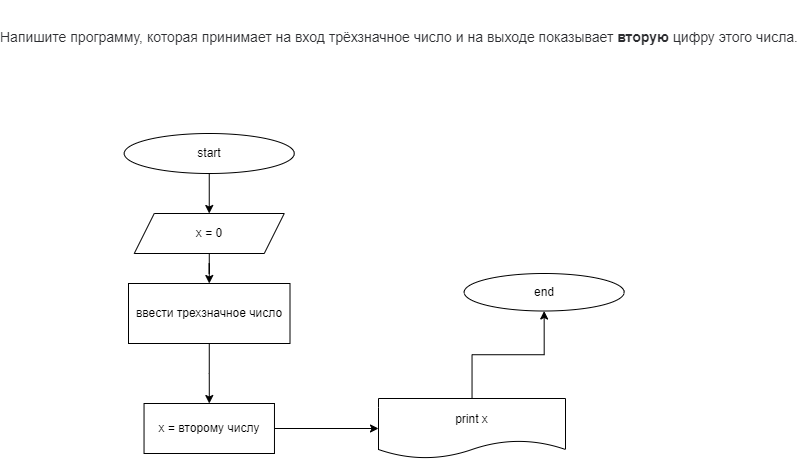
The draw.io diagram sz2_zadacha13/digram.drawio.png in sntitar/DZ_C-, before a commit. Source tidied: cells renumbered, new cells last; positions are measured from the earlier drawing's top-left corner, leaving out a move shared by most shapes.
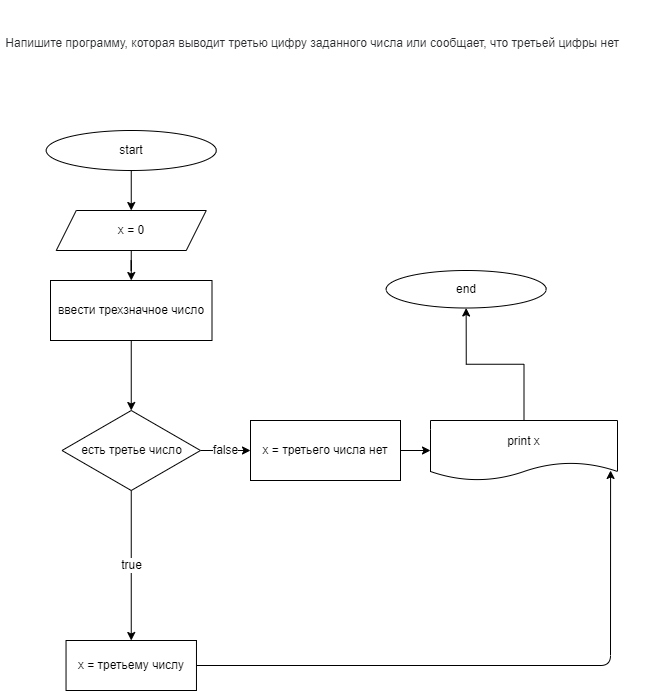
Above is the later version.

What changed in the source:
```diff
@@ -16,31 +16,48 @@
     <mxCell id="5" value="x = 0" style="shape=parallelogram;perimeter=parallelogramPerimeter;whiteSpace=wrap;html=1;fixedSize=1;" parent="1" vertex="1">
       <mxGeometry x="135.8" y="220" width="150" height="40" as="geometry" />
     </mxCell>
-    <mxCell id="6" style="edgeStyle=orthogonalEdgeStyle;rounded=0;jettySize=auto;html=1;" parent="1" edge="1" source="7">
-      <mxGeometry relative="1" as="geometry">
-        <mxPoint x="210.8" y="410" as="targetPoint" />
-      </mxGeometry>
-    </mxCell>
+    <mxCell id="14" style="edgeStyle=none;html=1;fontSize=12;" parent="1" edge="1" source="7" target="18">
+      <mxGeometry relative="1" as="geometry" />
+    </mxCell>
     <mxCell id="7" value="&lt;span&gt;ввести трехзначное число&lt;/span&gt;" style="whiteSpace=wrap;html=1;" parent="1" vertex="1">
       <mxGeometry x="130" y="290" width="161.5" height="60" as="geometry" />
     </mxCell>
-    <mxCell id="8" style="edgeStyle=none;html=1;" parent="1" edge="1" source="9" target="11">
-      <mxGeometry relative="1" as="geometry" />
+    <mxCell id="8" style="edgeStyle=none;html=1;entryX=0.963;entryY=0.833;entryDx=0;entryDy=0;entryPerimeter=0;" parent="1" edge="1" source="9" target="11">
+      <mxGeometry relative="1" as="geometry">
+        <Array as="points">
+          <mxPoint x="690" y="675" />
+        </Array>
+      </mxGeometry>
     </mxCell>
-    <mxCell id="9" value="x = второму числу" style="whiteSpace=wrap;html=1;" parent="1" vertex="1">
-      <mxGeometry x="145.5" y="410" width="130.4" height="50" as="geometry" />
+    <mxCell id="9" value="x = третьему числу" style="whiteSpace=wrap;html=1;" parent="1" vertex="1">
+      <mxGeometry x="145.5" y="650" width="130.4" height="50" as="geometry" />
     </mxCell>
     <mxCell id="10" style="edgeStyle=orthogonalEdgeStyle;rounded=0;jettySize=auto;html=1;" parent="1" edge="1" source="11" target="12">
       <mxGeometry relative="1" as="geometry" />
     </mxCell>
     <mxCell id="11" value="print x" style="shape=document;whiteSpace=wrap;html=1;boundedLbl=1;" parent="1" vertex="1">
-      <mxGeometry x="380" y="405" width="187" height="60" as="geometry" />
+      <mxGeometry x="510" y="430" width="187" height="60" as="geometry" />
     </mxCell>
     <mxCell id="12" value="end" style="ellipse;whiteSpace=wrap;html=1;" parent="1" vertex="1">
       <mxGeometry x="465.7" y="280" width="160" height="37.5" as="geometry" />
     </mxCell>
-    <mxCell id="13" value="&lt;br&gt;&lt;br&gt;&lt;font style=&quot;font-size: 14px&quot;&gt;&lt;span style=&quot;color: rgb(44 , 45 , 48) ; font-family: &amp;#34;roboto&amp;#34; , &amp;#34;san francisco&amp;#34; , &amp;#34;helvetica neue&amp;#34; , &amp;#34;helvetica&amp;#34; , &amp;#34;arial&amp;#34; ; font-style: normal ; font-weight: 400 ; letter-spacing: normal ; text-indent: 0px ; text-transform: none ; word-spacing: 0px ; background-color: rgb(255 , 255 , 255) ; display: inline ; float: none&quot;&gt;Напишите программу, которая принимает на вход трёхзначное число и на выходе показывает&amp;nbsp;&lt;/span&gt;&lt;strong style=&quot;box-sizing: border-box ; font-weight: 700 ; color: rgb(44 , 45 , 48) ; font-family: &amp;#34;roboto&amp;#34; , &amp;#34;san francisco&amp;#34; , &amp;#34;helvetica neue&amp;#34; , &amp;#34;helvetica&amp;#34; , &amp;#34;arial&amp;#34; ; font-style: normal ; letter-spacing: normal ; text-indent: 0px ; text-transform: none ; word-spacing: 0px ; background-color: rgb(255 , 255 , 255)&quot;&gt;вторую&lt;/strong&gt;&lt;span style=&quot;color: rgb(44 , 45 , 48) ; font-family: &amp;#34;roboto&amp;#34; , &amp;#34;san francisco&amp;#34; , &amp;#34;helvetica neue&amp;#34; , &amp;#34;helvetica&amp;#34; , &amp;#34;arial&amp;#34; ; font-style: normal ; font-weight: 400 ; letter-spacing: normal ; text-indent: 0px ; text-transform: none ; word-spacing: 0px ; background-color: rgb(255 , 255 , 255) ; display: inline ; float: none&quot;&gt;&lt;span&gt;&amp;nbsp;&lt;/span&gt;цифру этого числа.&lt;/span&gt;&lt;br&gt;&lt;/font&gt;" style="text;whiteSpace=wrap;html=1;" parent="1" vertex="1">
-      <mxGeometry width="860" as="geometry" />
-    </mxCell>
+    <mxCell id="15" value="&lt;br&gt;&lt;br&gt;&lt;font style=&quot;font-size: 12px&quot;&gt;&lt;span style=&quot;color: rgb(44 , 45 , 48) ; font-family: &amp;#34;roboto&amp;#34; , &amp;#34;san francisco&amp;#34; , &amp;#34;helvetica neue&amp;#34; , &amp;#34;helvetica&amp;#34; , &amp;#34;arial&amp;#34; ; font-style: normal ; font-weight: 400 ; letter-spacing: normal ; text-indent: 0px ; text-transform: none ; word-spacing: 0px ; background-color: rgb(255 , 255 , 255) ; display: inline ; float: none&quot;&gt;&amp;nbsp;Напишите программу, которая выводит третью цифру заданного числа или сообщает, что третьей цифры нет&lt;/span&gt;&lt;br&gt;&lt;/font&gt;" style="text;whiteSpace=wrap;html=1;" parent="1" vertex="1">
+      <mxGeometry x="80" y="10" width="670" height="50" as="geometry" />
+    </mxCell>
+    <mxCell id="16" value="true" style="edgeStyle=none;html=1;entryX=0.5;entryY=0;entryDx=0;entryDy=0;fontSize=12;" parent="1" edge="1" source="18" target="9">
+      <mxGeometry relative="1" as="geometry" />
+    </mxCell>
+    <mxCell id="17" value="false" style="edgeStyle=none;html=1;fontSize=12;" parent="1" edge="1" source="18" target="20">
+      <mxGeometry relative="1" as="geometry" />
+    </mxCell>
+    <mxCell id="18" value="есть третье число" style="rhombus;whiteSpace=wrap;html=1;" parent="1" vertex="1">
+      <mxGeometry x="141.5" y="420" width="138.5" height="80" as="geometry" />
+    </mxCell>
+    <mxCell id="19" style="edgeStyle=none;html=1;fontSize=12;" parent="1" edge="1" source="20" target="11">
+      <mxGeometry relative="1" as="geometry" />
+    </mxCell>
+    <mxCell id="20" value="x = третьего числа нет" style="rounded=0;whiteSpace=wrap;html=1;fontSize=12;" parent="1" vertex="1">
+      <mxGeometry x="330" y="430" width="150" height="60" as="geometry" />
+    </mxCell>
   </root>
 </mxGraphModel>
```
